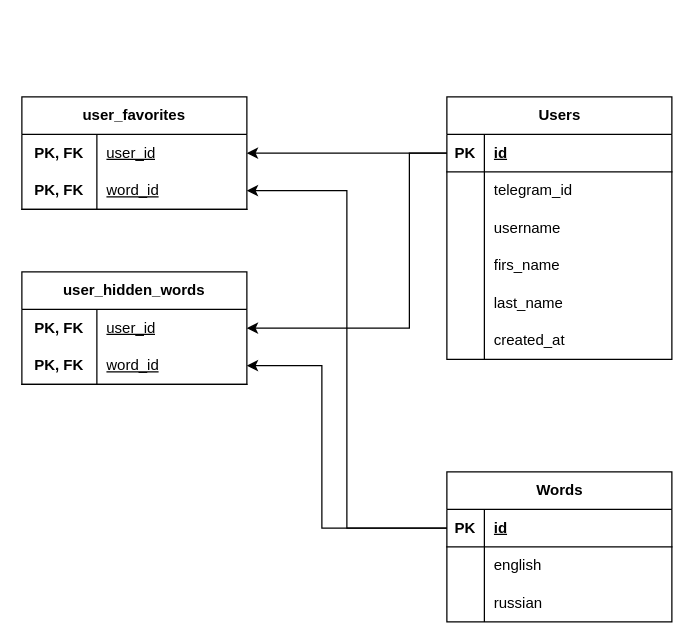
Earlier version of the draw.io diagram Scheme_of_database.drawio (SaidRem/FlashRecall_Telegram_bot). Source tidied: cells renumbered, new cells numbered last; positions are measured from the earlier drawing's top-left corner, leaving out a move shared by most shapes. Both pictures are drawn from the tidied source at 125%, with x=0, y=0 at pixel (21, 96).
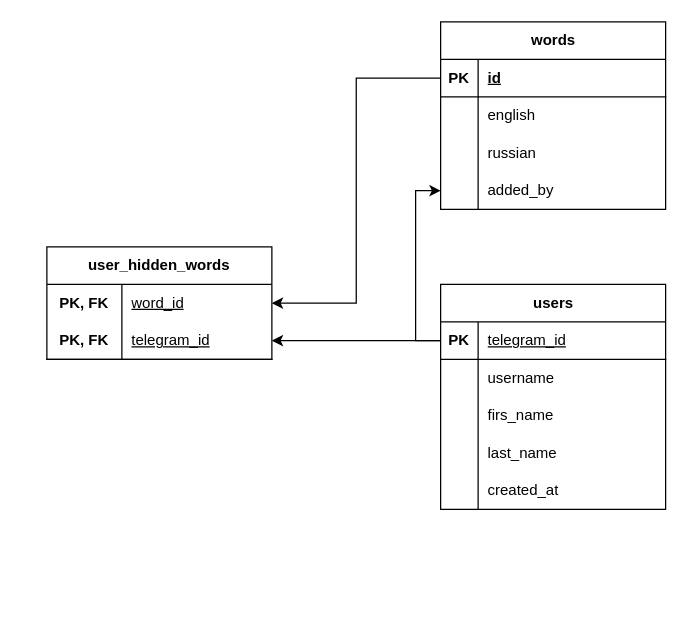
Above is the later version.

Unchanged cells that the change refers to:
```xml
<mxCell id="3" style="shape=tableRow;horizontal=0;startSize=0;swimlaneHead=0;swimlaneBody=0;fillColor=none;points=[[0,0.5],[1,0.5]];portConstraint=eastwest;top=0;left=0;right=0;bottom=1;" parent="2" vertex="1">
  <mxGeometry y="30" width="180" height="30" as="geometry" />
</mxCell>
<mxCell id="22" style="shape=tableRow;horizontal=0;startSize=0;swimlaneHead=0;swimlaneBody=0;fillColor=none;points=[[0,0.5],[1,0.5]];portConstraint=eastwest;top=0;left=0;right=0;bottom=1;" parent="21" vertex="1">
  <mxGeometry y="30" width="180" height="30" as="geometry" />
</mxCell>
<mxCell id="41" style="shape=tableRow;horizontal=0;startSize=0;swimlaneHead=0;swimlaneBody=0;fillColor=none;points=[[0,0.5],[1,0.5]];portConstraint=eastwest;top=0;left=0;right=0;bottom=0;html=1;" parent="40" vertex="1">
  <mxGeometry y="30" width="180" height="30" as="geometry" />
</mxCell>
<mxCell id="44" style="shape=tableRow;horizontal=0;startSize=0;swimlaneHead=0;swimlaneBody=0;fillColor=none;points=[[0,0.5],[1,0.5]];portConstraint=eastwest;top=0;left=0;right=0;bottom=1;html=1;" parent="40" vertex="1">
  <mxGeometry y="60" width="180" height="30" as="geometry" />
</mxCell>
```

Diff of the diagram source:
```diff
@@
-    <mxCell id="2" value="Users" style="shape=table;startSize=30;childLayout=tableLayout;rowLines=0;fontStyle=1;align=center;html=1;" parent="1" vertex="1">
-      <mxGeometry x="340" width="180" height="210" as="geometry" />
+    <mxCell id="2" value="users" style="shape=table;startSize=30;childLayout=tableLayout;rowLines=0;fontStyle=1;align=center;html=1;" parent="1" vertex="1">
+      <mxGeometry x="335" y="150" width="180" height="180" as="geometry" />
     </mxCell>
@@
-    <mxCell id="5" value="id" style="shape=partialRectangle;fillColor=none;top=0;left=0;bottom=0;right=0;align=left;spacingLeft=6;fontStyle=5;overflow=hidden;whiteSpace=wrap;html=1;" parent="3" vertex="1">
+    <mxCell id="5" value="&lt;span style=&quot;font-weight: 400;&quot;&gt;telegram_id&lt;/span&gt;" style="shape=partialRectangle;fillColor=none;top=0;left=0;bottom=0;right=0;align=left;spacingLeft=6;fontStyle=5;overflow=hidden;whiteSpace=wrap;html=1;" parent="3" vertex="1">
       <mxGeometry x="30" width="150" height="30" as="geometry" />
     </mxCell>
-    <mxCell id="6" style="shape=tableRow;horizontal=0;startSize=0;swimlaneHead=0;swimlaneBody=0;fillColor=none;top=0;left=0;right=0;bottom=0;" parent="2" vertex="1">
-      <mxGeometry y="60" width="180" height="30" as="geometry" />
-    </mxCell>
-    <mxCell id="7" style="shape=partialRectangle;fillColor=none;top=0;left=0;bottom=0;right=0;overflow=hidden;whiteSpace=wrap;html=1;" parent="6" vertex="1">
-      <mxGeometry width="30" height="30" as="geometry" />
-    </mxCell>
-    <mxCell id="8" value="telegram_id" style="shape=partialRectangle;fillColor=none;top=0;left=0;bottom=0;right=0;align=left;spacingLeft=6;overflow=hidden;whiteSpace=wrap;html=1;" parent="6" vertex="1">
-      <mxGeometry x="30" width="150" height="30" as="geometry" />
-    </mxCell>
     <mxCell id="9" style="shape=tableRow;horizontal=0;startSize=0;swimlaneHead=0;swimlaneBody=0;fillColor=none;top=0;left=0;right=0;bottom=0;" parent="2" vertex="1">
-      <mxGeometry y="90" width="180" height="30" as="geometry" />
+      <mxGeometry y="60" width="180" height="30" as="geometry" />
     </mxCell>
@@
     <mxCell id="12" style="shape=tableRow;horizontal=0;startSize=0;swimlaneHead=0;swimlaneBody=0;fillColor=none;top=0;left=0;right=0;bottom=0;" parent="2" vertex="1">
-      <mxGeometry y="120" width="180" height="30" as="geometry" />
+      <mxGeometry y="90" width="180" height="30" as="geometry" />
     </mxCell>
@@
     <mxCell id="15" style="shape=tableRow;horizontal=0;startSize=0;swimlaneHead=0;swimlaneBody=0;fillColor=none;top=0;left=0;right=0;bottom=0;" parent="2" vertex="1">
-      <mxGeometry y="150" width="180" height="30" as="geometry" />
+      <mxGeometry y="120" width="180" height="30" as="geometry" />
     </mxCell>
@@
     <mxCell id="18" style="shape=tableRow;horizontal=0;startSize=0;swimlaneHead=0;swimlaneBody=0;fillColor=none;top=0;left=0;right=0;bottom=0;" parent="2" vertex="1">
-      <mxGeometry y="180" width="180" height="30" as="geometry" />
+      <mxGeometry y="150" width="180" height="30" as="geometry" />
     </mxCell>
@@
-    <mxCell id="21" value="Words" style="shape=table;startSize=30;childLayout=tableLayout;rowLines=0;fontStyle=1;align=center;html=1;" parent="1" vertex="1">
-      <mxGeometry x="340" y="300" width="180" height="120" as="geometry" />
+    <mxCell id="21" value="words" style="shape=table;startSize=30;childLayout=tableLayout;rowLines=0;fontStyle=1;align=center;html=1;" parent="1" vertex="1">
+      <mxGeometry x="335" y="-60" width="180" height="150" as="geometry" />
     </mxCell>
@@
-    <mxCell id="31" value="&lt;span style=&quot;text-wrap-mode: nowrap;&quot;&gt;user_favorites&lt;/span&gt;" style="shape=table;startSize=30;childLayout=tableLayout;rowLines=0;fontStyle=1;align=center;html=1;whiteSpace=wrap;" parent="1" vertex="1">
-      <mxGeometry width="180" height="90" as="geometry" />
-    </mxCell>
-    <mxCell id="32" style="shape=tableRow;horizontal=0;startSize=0;swimlaneHead=0;swimlaneBody=0;fillColor=none;points=[[0,0.5],[1,0.5]];portConstraint=eastwest;top=0;left=0;right=0;bottom=0;html=1;" parent="31" vertex="1">
-      <mxGeometry y="30" width="180" height="30" as="geometry" />
-    </mxCell>
-    <mxCell id="33" value="PK, FK" style="shape=partialRectangle;fillColor=none;top=0;left=0;bottom=0;right=0;fontStyle=1;overflow=hidden;html=1;whiteSpace=wrap;" parent="32" vertex="1">
-      <mxGeometry width="60" height="30" as="geometry" />
-    </mxCell>
-    <mxCell id="34" value="&lt;span style=&quot;font-weight: 400;&quot;&gt;user_id&lt;/span&gt;" style="shape=partialRectangle;fillColor=none;top=0;left=0;bottom=0;right=0;align=left;spacingLeft=6;fontStyle=5;overflow=hidden;html=1;whiteSpace=wrap;" parent="32" vertex="1">
-      <mxGeometry x="60" width="120" height="30" as="geometry" />
-    </mxCell>
-    <mxCell id="35" style="shape=tableRow;horizontal=0;startSize=0;swimlaneHead=0;swimlaneBody=0;fillColor=none;points=[[0,0.5],[1,0.5]];portConstraint=eastwest;top=0;left=0;right=0;bottom=1;html=1;" parent="31" vertex="1">
-      <mxGeometry y="60" width="180" height="30" as="geometry" />
-    </mxCell>
-    <mxCell id="36" value="PK, FK" style="shape=partialRectangle;fillColor=none;top=0;left=0;bottom=0;right=0;fontStyle=1;overflow=hidden;html=1;whiteSpace=wrap;" parent="35" vertex="1">
-      <mxGeometry width="60" height="30" as="geometry" />
-    </mxCell>
-    <mxCell id="37" value="&lt;span style=&quot;font-weight: 400;&quot;&gt;word_id&lt;/span&gt;" style="shape=partialRectangle;fillColor=none;top=0;left=0;bottom=0;right=0;align=left;spacingLeft=6;fontStyle=5;overflow=hidden;html=1;whiteSpace=wrap;" parent="35" vertex="1">
-      <mxGeometry x="60" width="120" height="30" as="geometry" />
-    </mxCell>
-    <mxCell id="38" style="edgeStyle=orthogonalEdgeStyle;rounded=0;jettySize=auto;html=1;exitX=0;exitY=0.5;exitDx=0;exitDy=0;entryX=1;entryY=0.5;entryDx=0;entryDy=0;" parent="1" edge="1" source="3" target="32">
-      <mxGeometry relative="1" as="geometry" />
-    </mxCell>
-    <mxCell id="39" style="edgeStyle=orthogonalEdgeStyle;rounded=0;jettySize=auto;html=1;entryX=1;entryY=0.5;entryDx=0;entryDy=0;" parent="1" edge="1" source="22" target="35">
-      <mxGeometry relative="1" as="geometry" />
-    </mxCell>
+    <mxCell id="49" style="shape=tableRow;horizontal=0;startSize=0;swimlaneHead=0;swimlaneBody=0;fillColor=none;points=[[0,0.5],[1,0.5]];portConstraint=eastwest;top=0;left=0;right=0;bottom=0;" parent="21" vertex="1">
+      <mxGeometry y="120" width="180" height="30" as="geometry" />
+    </mxCell>
+    <mxCell id="7" style="shape=partialRectangle;fillColor=none;top=0;left=0;bottom=0;right=0;overflow=hidden;whiteSpace=wrap;html=1;" parent="49" vertex="1">
+      <mxGeometry width="30" height="30" as="geometry" />
+    </mxCell>
+    <mxCell id="50" value="added_by" style="shape=partialRectangle;fillColor=none;top=0;left=0;bottom=0;right=0;align=left;spacingLeft=6;overflow=hidden;whiteSpace=wrap;html=1;" parent="49" vertex="1">
+      <mxGeometry x="30" width="150" height="30" as="geometry" />
+    </mxCell>
     <mxCell id="40" value="&lt;span style=&quot;text-wrap-mode: nowrap;&quot;&gt;user_hidden_words&lt;/span&gt;" style="shape=table;startSize=30;childLayout=tableLayout;rowLines=0;fontStyle=1;align=center;html=1;whiteSpace=wrap;" parent="1" vertex="1">
-      <mxGeometry y="140" width="180" height="90" as="geometry" />
+      <mxGeometry x="20" y="120" width="180" height="90" as="geometry" />
     </mxCell>
@@
-    <mxCell id="43" value="&lt;span style=&quot;font-weight: 400;&quot;&gt;user_id&lt;/span&gt;" style="shape=partialRectangle;fillColor=none;top=0;left=0;bottom=0;right=0;align=left;spacingLeft=6;fontStyle=5;overflow=hidden;html=1;whiteSpace=wrap;" parent="41" vertex="1">
+    <mxCell id="43" value="&lt;span style=&quot;font-weight: 400;&quot;&gt;word_id&lt;/span&gt;" style="shape=partialRectangle;fillColor=none;top=0;left=0;bottom=0;right=0;align=left;spacingLeft=6;fontStyle=5;overflow=hidden;html=1;whiteSpace=wrap;" parent="41" vertex="1">
       <mxGeometry x="60" width="120" height="30" as="geometry" />
     </mxCell>
@@
-    <mxCell id="46" value="&lt;span style=&quot;font-weight: 400;&quot;&gt;word_id&lt;/span&gt;" style="shape=partialRectangle;fillColor=none;top=0;left=0;bottom=0;right=0;align=left;spacingLeft=6;fontStyle=5;overflow=hidden;html=1;whiteSpace=wrap;" parent="44" vertex="1">
+    <mxCell id="46" value="&lt;span style=&quot;font-weight: 400;&quot;&gt;telegram_id&lt;/span&gt;" style="shape=partialRectangle;fillColor=none;top=0;left=0;bottom=0;right=0;align=left;spacingLeft=6;fontStyle=5;overflow=hidden;html=1;whiteSpace=wrap;" parent="44" vertex="1">
       <mxGeometry x="60" width="120" height="30" as="geometry" />
     </mxCell>
-    <mxCell id="47" style="edgeStyle=orthogonalEdgeStyle;rounded=0;jettySize=auto;html=1;entryX=1;entryY=0.5;entryDx=0;entryDy=0;" parent="1" edge="1" source="3" target="41">
-      <mxGeometry relative="1" as="geometry">
-        <Array as="points">
-          <mxPoint x="310" y="45" />
-          <mxPoint x="310" y="185" />
-        </Array>
-      </mxGeometry>
-    </mxCell>
-    <mxCell id="48" style="edgeStyle=orthogonalEdgeStyle;rounded=0;jettySize=auto;html=1;entryX=1;entryY=0.5;entryDx=0;entryDy=0;" parent="1" edge="1" source="22" target="44">
-      <mxGeometry relative="1" as="geometry">
-        <Array as="points">
-          <mxPoint x="240" y="345" />
-          <mxPoint x="240" y="215" />
-        </Array>
-      </mxGeometry>
-    </mxCell>
+    <mxCell id="51" style="edgeStyle=orthogonalEdgeStyle;rounded=0;jettySize=auto;html=1;entryX=1;entryY=0.5;entryDx=0;entryDy=0;" parent="1" edge="1" source="3" target="44">
+      <mxGeometry relative="1" as="geometry" />
+    </mxCell>
+    <mxCell id="52" style="edgeStyle=orthogonalEdgeStyle;rounded=0;jettySize=auto;html=1;entryX=0;entryY=0.5;entryDx=0;entryDy=0;" parent="1" edge="1" source="3" target="49">
+      <mxGeometry relative="1" as="geometry" />
+    </mxCell>
+    <mxCell id="53" style="edgeStyle=orthogonalEdgeStyle;rounded=0;jettySize=auto;html=1;entryX=1;entryY=0.5;entryDx=0;entryDy=0;" parent="1" edge="1" source="22" target="41">
+      <mxGeometry relative="1" as="geometry" />
+    </mxCell>
```
